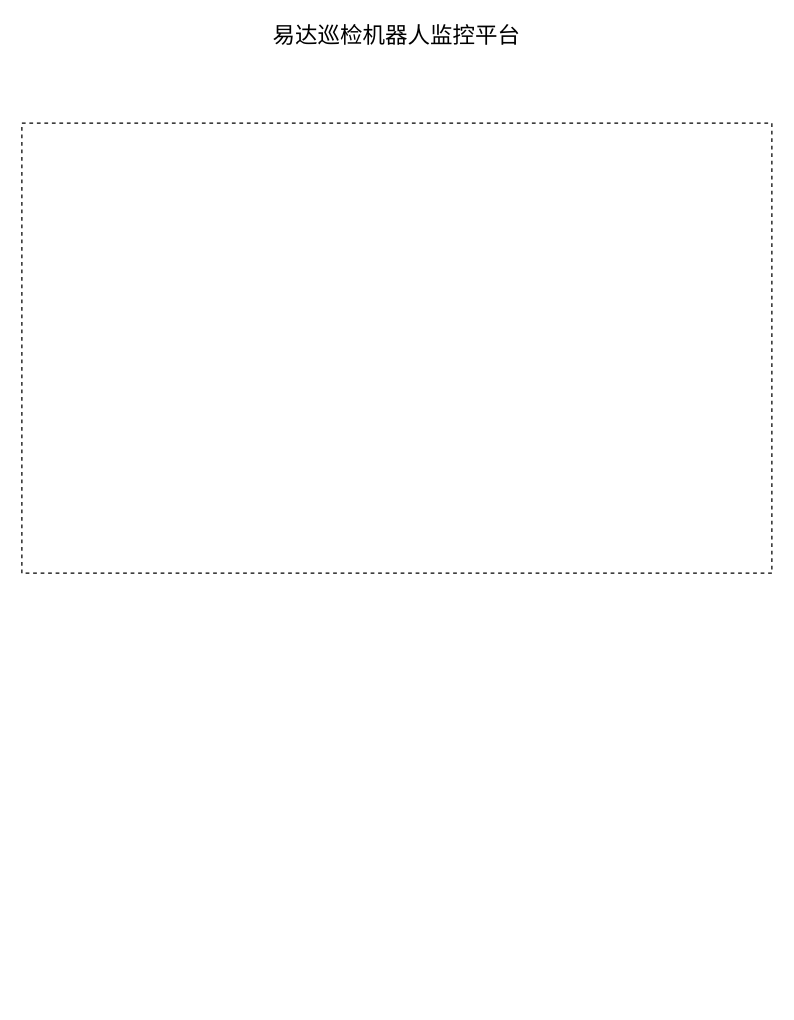
Earlier version of the draw.io diagram ydrobot-monitor.drawio (wangyufei0807/draw). Source tidied: cells renumbered, new cells numbered last; positions are measured from the earlier drawing's top-left corner, leaving out a move shared by most shapes. Both pictures are drawn from the tidied source at 125%, with x=0, y=0 at pixel (21, 22). Pictures stored in the file or linked from it are replaced by grey dashed boxes.
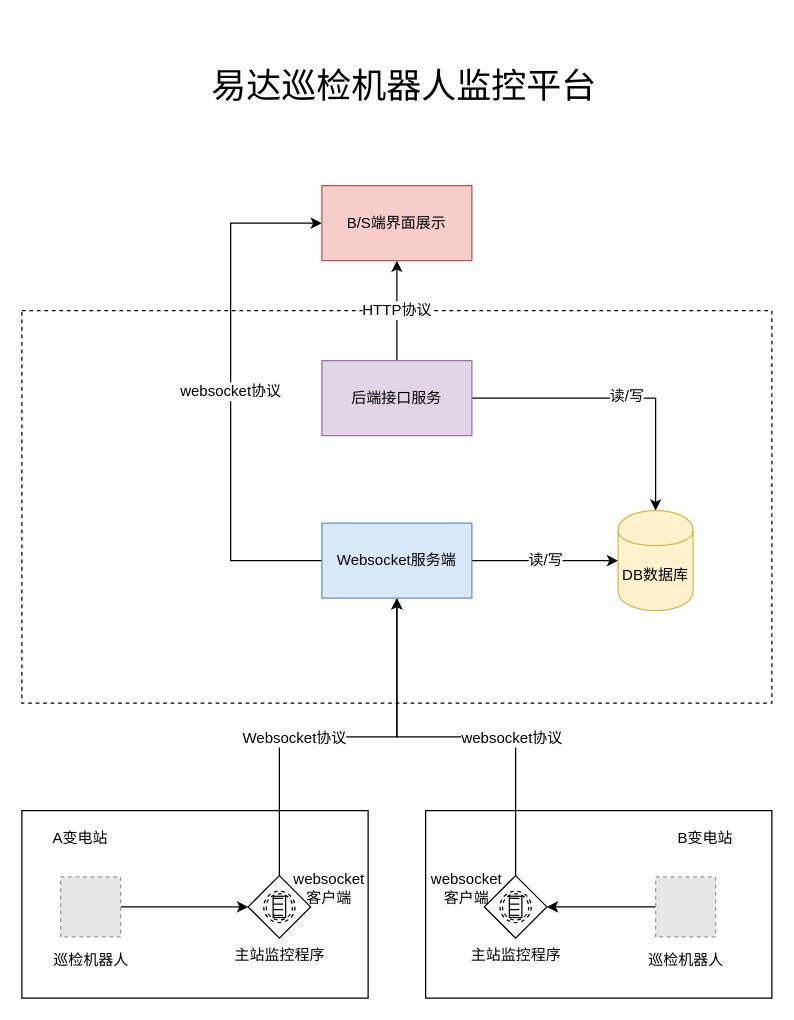
After the change.

Change to the diagram source:
```diff
@@
+    <mxCell id="4" style="rounded=0;whiteSpace=wrap;html=1;fontSize=12;" parent="1" vertex="1">
+      <mxGeometry y="630" width="277" height="150" as="geometry" />
+    </mxCell>
     <mxCell id="2" style="rounded=0;whiteSpace=wrap;html=1;dashed=1;" parent="1" vertex="1">
-      <mxGeometry y="80" width="600" height="360" as="geometry" />
+      <mxGeometry y="230" width="600" height="314" as="geometry" />
     </mxCell>
-    <mxCell id="3" value="易达巡检机器人监控平台" style="text;html=1;strokeColor=none;fillColor=none;align=center;verticalAlign=middle;whiteSpace=wrap;rounded=0;dashed=1;fontSize=18;" parent="1" vertex="1">
-      <mxGeometry x="185" width="230" height="20" as="geometry" />
+    <mxCell id="3" value="易达巡检机器人监控平台" style="text;html=1;strokeColor=none;fillColor=none;align=center;verticalAlign=middle;whiteSpace=wrap;rounded=0;dashed=1;fontSize=28;" parent="1" vertex="1">
+      <mxGeometry x="149.5" y="40" width="312" height="20" as="geometry" />
     </mxCell>
+    <mxCell id="5" style="edgeStyle=orthogonalEdgeStyle;rounded=0;jettySize=auto;html=1;exitX=1;exitY=0.5;exitDx=0;exitDy=0;entryX=0;entryY=0.5;entryDx=0;entryDy=0;fontSize=18;" parent="1" edge="1" source="6" target="9">
+      <mxGeometry relative="1" as="geometry" />
+    </mxCell>
+    <mxCell id="6" value="&lt;font style=&quot;font-size: 12px&quot;&gt;巡检机器人&lt;/font&gt;" style="fillColor=#E6E6E6;strokeColor=#999999;dashed=1;html=1;verticalAlign=top;verticalLabelPosition=bottom;labelBackgroundColor=#ffffff;fontSize=18;" parent="1" vertex="1">
+      <mxGeometry x="31" y="683" width="48" height="48" as="geometry" />
+    </mxCell>
+    <mxCell id="7" style="edgeStyle=orthogonalEdgeStyle;rounded=0;jettySize=auto;html=1;exitX=0.5;exitY=0;exitDx=0;exitDy=0;fontSize=12;" parent="1" edge="1" source="9" target="21">
+      <mxGeometry relative="1" as="geometry" />
+    </mxCell>
+    <mxCell id="8" value="Websocket协议" style="text;html=1;align=center;verticalAlign=middle;labelBackgroundColor=#ffffff;fontSize=12;" parent="7" vertex="1">
+      <mxGeometry x="-0.3" y="-11" relative="1" as="geometry">
+        <mxPoint x="11" y="-11" as="offset" />
+      </mxGeometry>
+    </mxCell>
+    <mxCell id="9" value="主站监控程序" style="shape=mxgraph.bpmn.shape;html=1;verticalLabelPosition=bottom;labelBackgroundColor=#ffffff;verticalAlign=top;align=center;perimeter=rhombusPerimeter;background=gateway;outlineConnect=0;outline=boundNonint;symbol=conditional;fontSize=12;" parent="1" vertex="1">
+      <mxGeometry x="181" y="682" width="50" height="50" as="geometry" />
+    </mxCell>
+    <mxCell id="10" value="A变电站" style="text;html=1;strokeColor=none;fillColor=none;align=center;verticalAlign=middle;whiteSpace=wrap;rounded=0;fontSize=12;" parent="1" vertex="1">
+      <mxGeometry x="17" y="642" width="60" height="20" as="geometry" />
+    </mxCell>
+    <mxCell id="11" style="rounded=0;whiteSpace=wrap;html=1;fontSize=12;" parent="1" vertex="1">
+      <mxGeometry x="323" y="630" width="277" height="150" as="geometry" />
+    </mxCell>
+    <mxCell id="12" style="edgeStyle=orthogonalEdgeStyle;rounded=0;jettySize=auto;html=1;exitX=0;exitY=0.5;exitDx=0;exitDy=0;entryX=1;entryY=0.5;entryDx=0;entryDy=0;fontSize=12;" parent="1" edge="1" source="13" target="16">
+      <mxGeometry relative="1" as="geometry" />
+    </mxCell>
+    <mxCell id="13" value="&lt;font style=&quot;font-size: 12px&quot;&gt;巡检机器人&lt;/font&gt;" style="fillColor=#E6E6E6;strokeColor=#999999;dashed=1;html=1;verticalAlign=top;verticalLabelPosition=bottom;labelBackgroundColor=#ffffff;fontSize=18;" parent="1" vertex="1">
+      <mxGeometry x="507" y="683" width="48" height="48" as="geometry" />
+    </mxCell>
+    <mxCell id="14" style="edgeStyle=orthogonalEdgeStyle;rounded=0;jettySize=auto;html=1;exitX=0.5;exitY=0;exitDx=0;exitDy=0;entryX=0.5;entryY=1;entryDx=0;entryDy=0;fontSize=12;" parent="1" edge="1" source="16" target="21">
+      <mxGeometry relative="1" as="geometry" />
+    </mxCell>
+    <mxCell id="15" value="websocket协议" style="text;html=1;align=center;verticalAlign=middle;labelBackgroundColor=#ffffff;fontSize=12;" parent="14" vertex="1">
+      <mxGeometry x="-0.3" y="4" relative="1" as="geometry">
+        <mxPoint x="-4" y="-4" as="offset" />
+      </mxGeometry>
+    </mxCell>
+    <mxCell id="16" value="主站监控程序" style="shape=mxgraph.bpmn.shape;html=1;verticalLabelPosition=bottom;labelBackgroundColor=#ffffff;verticalAlign=top;align=center;perimeter=rhombusPerimeter;background=gateway;outlineConnect=0;outline=boundNonint;symbol=conditional;fontSize=12;" parent="1" vertex="1">
+      <mxGeometry x="370" y="682" width="50" height="50" as="geometry" />
+    </mxCell>
+    <mxCell id="17" value="B变电站" style="text;html=1;strokeColor=none;fillColor=none;align=center;verticalAlign=middle;whiteSpace=wrap;rounded=0;fontSize=12;" parent="1" vertex="1">
+      <mxGeometry x="517" y="642" width="60" height="20" as="geometry" />
+    </mxCell>
+    <mxCell id="18" style="edgeStyle=orthogonalEdgeStyle;rounded=0;jettySize=auto;html=1;exitX=1;exitY=0.5;exitDx=0;exitDy=0;entryX=0;entryY=0.5;entryDx=0;entryDy=0;fontSize=12;" parent="1" edge="1" source="21" target="22">
+      <mxGeometry relative="1" as="geometry" />
+    </mxCell>
+    <mxCell id="19" value="读/写" style="text;html=1;align=center;verticalAlign=middle;labelBackgroundColor=#ffffff;fontSize=12;" parent="18" vertex="1">
+      <mxGeometry x="-0.01" y="1" relative="1" as="geometry" />
+    </mxCell>
+    <mxCell id="20" value="websocket协议" style="edgeStyle=orthogonalEdgeStyle;rounded=0;jettySize=auto;html=1;exitX=0;exitY=0.5;exitDx=0;exitDy=0;entryX=0;entryY=0.5;entryDx=0;entryDy=0;fontSize=12;" parent="1" edge="1" source="21" target="27">
+      <mxGeometry relative="1" as="geometry">
+        <Array as="points">
+          <mxPoint x="167" y="430" />
+          <mxPoint x="167" y="160" />
+        </Array>
+      </mxGeometry>
+    </mxCell>
+    <mxCell id="21" value="Websocket服务端" style="rounded=0;whiteSpace=wrap;html=1;fontSize=12;fillColor=#dae8fc;strokeColor=#6c8ebf;" parent="1" vertex="1">
+      <mxGeometry x="240" y="400" width="120" height="60" as="geometry" />
+    </mxCell>
+    <mxCell id="22" value="DB数据库" style="shape=cylinder;whiteSpace=wrap;html=1;boundedLbl=1;backgroundOutline=1;fontSize=12;fillColor=#fff2cc;strokeColor=#d6b656;" parent="1" vertex="1">
+      <mxGeometry x="477" y="390" width="60" height="80" as="geometry" />
+    </mxCell>
+    <mxCell id="23" style="edgeStyle=orthogonalEdgeStyle;rounded=0;jettySize=auto;html=1;exitX=1;exitY=0.5;exitDx=0;exitDy=0;entryX=0.5;entryY=0;entryDx=0;entryDy=0;fontSize=12;" parent="1" edge="1" source="26" target="22">
+      <mxGeometry relative="1" as="geometry" />
+    </mxCell>
+    <mxCell id="24" value="读/写" style="text;html=1;align=center;verticalAlign=middle;labelBackgroundColor=#ffffff;fontSize=12;" parent="23" vertex="1">
+      <mxGeometry x="0.04" y="2" relative="1" as="geometry" />
+    </mxCell>
+    <mxCell id="25" value="HTTP协议" style="edgeStyle=orthogonalEdgeStyle;rounded=0;jettySize=auto;html=1;exitX=0.5;exitY=0;exitDx=0;exitDy=0;fontSize=12;" parent="1" edge="1" source="26" target="27">
+      <mxGeometry relative="1" as="geometry" />
+    </mxCell>
+    <mxCell id="26" value="后端接口服务" style="rounded=0;whiteSpace=wrap;html=1;fontSize=12;fillColor=#e1d5e7;strokeColor=#9673a6;" parent="1" vertex="1">
+      <mxGeometry x="240" y="270" width="120" height="60" as="geometry" />
+    </mxCell>
+    <mxCell id="27" value="B/S端界面展示" style="rounded=0;whiteSpace=wrap;html=1;fontSize=12;fillColor=#f8cecc;strokeColor=#b85450;" parent="1" vertex="1">
+      <mxGeometry x="240" y="130" width="120" height="60" as="geometry" />
+    </mxCell>
+    <mxCell id="28" value="websocket客户端" style="text;html=1;strokeColor=none;fillColor=none;align=center;verticalAlign=middle;whiteSpace=wrap;rounded=0;fontSize=12;" parent="1" vertex="1">
+      <mxGeometry x="226" y="682" width="40" height="20" as="geometry" />
+    </mxCell>
+    <mxCell id="29" value="websocket客户端" style="text;html=1;strokeColor=none;fillColor=none;align=center;verticalAlign=middle;whiteSpace=wrap;rounded=0;fontSize=12;" parent="1" vertex="1">
+      <mxGeometry x="336" y="682" width="40" height="20" as="geometry" />
+    </mxCell>
```
